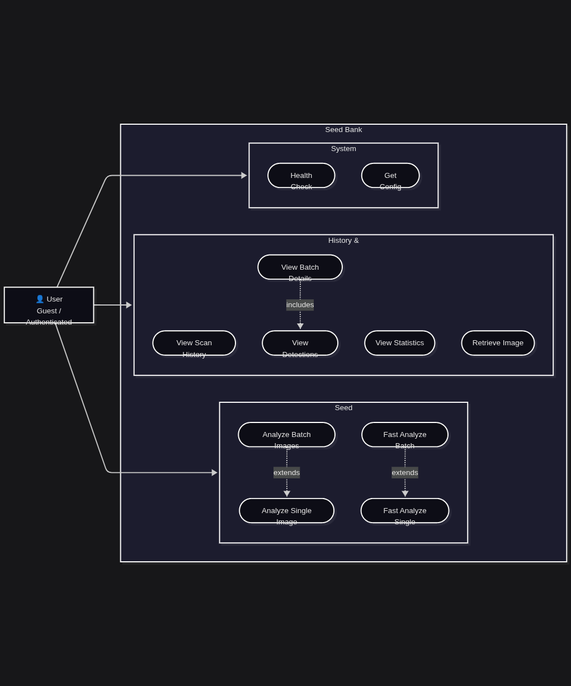
This is docs/img/use-case-diagram.png from RealOrangeKun/seed-bank, a Mermaid export, as it was before one commit. Its source is kept beside it as docs/use-case-diagram.mmd. Source of this version:
```mermaid
flowchart LR
    User[👤 User<br/>Guest / Authenticated]

    subgraph SeedBank["Seed Bank API"]
        direction TB

        subgraph Analysis["Seed Analysis"]
            UC01([Analyze Single Image])
            UC02([Analyze Batch Images])
            UC03([Fast Analyze Single])
            UC04([Fast Analyze Batch])
        end

        subgraph History["History & Stats"]
            UC05([View Scan History])
            UC06([View Batch Details])
            UC07([View Detections])
            UC08([View Statistics])
            UC09([Retrieve Image])
        end

        subgraph System["System"]
            UC10([Health Check])
            UC11([Get Config])
        end
    end

    User --> Analysis
    User --> History
    User --> System

    UC02 -.->|extends| UC01
    UC04 -.->|extends| UC03
    UC06 -.->|includes| UC07
```
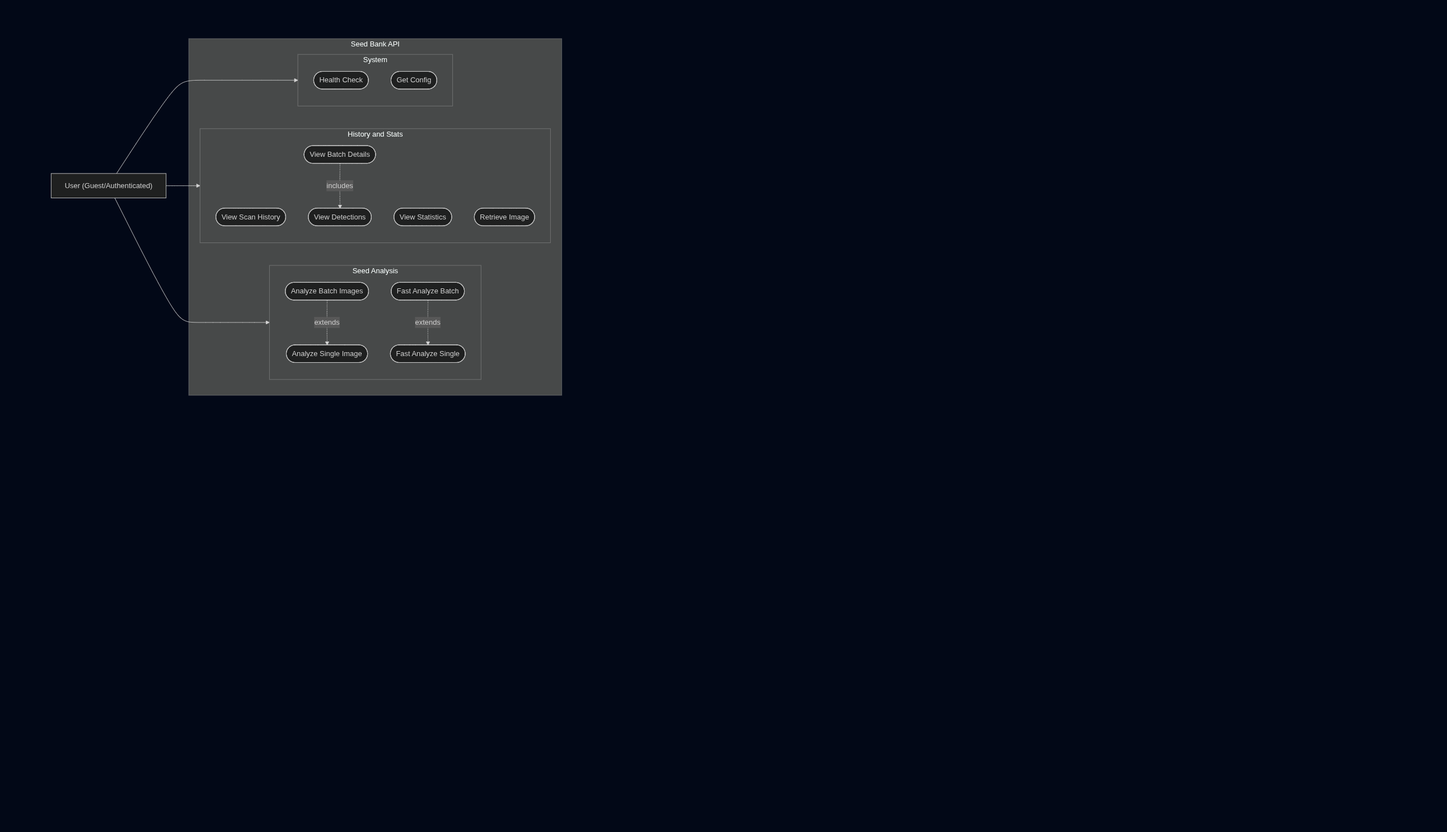
Later version of the same file.

The edit, as a diff of the source:
```diff
@@ -1,27 +1,32 @@
+---
+config:
+  theme: dark
+  layout: dagre
+---
 flowchart LR
-    User[👤 User<br/>Guest / Authenticated]
+    User["User (Guest/Authenticated)"]
 
     subgraph SeedBank["Seed Bank API"]
         direction TB
 
         subgraph Analysis["Seed Analysis"]
-            UC01([Analyze Single Image])
-            UC02([Analyze Batch Images])
-            UC03([Fast Analyze Single])
-            UC04([Fast Analyze Batch])
+            UC01(["Analyze Single Image"])
+            UC02(["Analyze Batch Images"])
+            UC03(["Fast Analyze Single"])
+            UC04(["Fast Analyze Batch"])
         end
 
-        subgraph History["History & Stats"]
-            UC05([View Scan History])
-            UC06([View Batch Details])
-            UC07([View Detections])
-            UC08([View Statistics])
-            UC09([Retrieve Image])
+        subgraph History["History and Stats"]
+            UC05(["View Scan History"])
+            UC06(["View Batch Details"])
+            UC07(["View Detections"])
+            UC08(["View Statistics"])
+            UC09(["Retrieve Image"])
         end
 
         subgraph System["System"]
-            UC10([Health Check])
-            UC11([Get Config])
+            UC10(["Health Check"])
+            UC11(["Get Config"])
         end
     end
 
```
